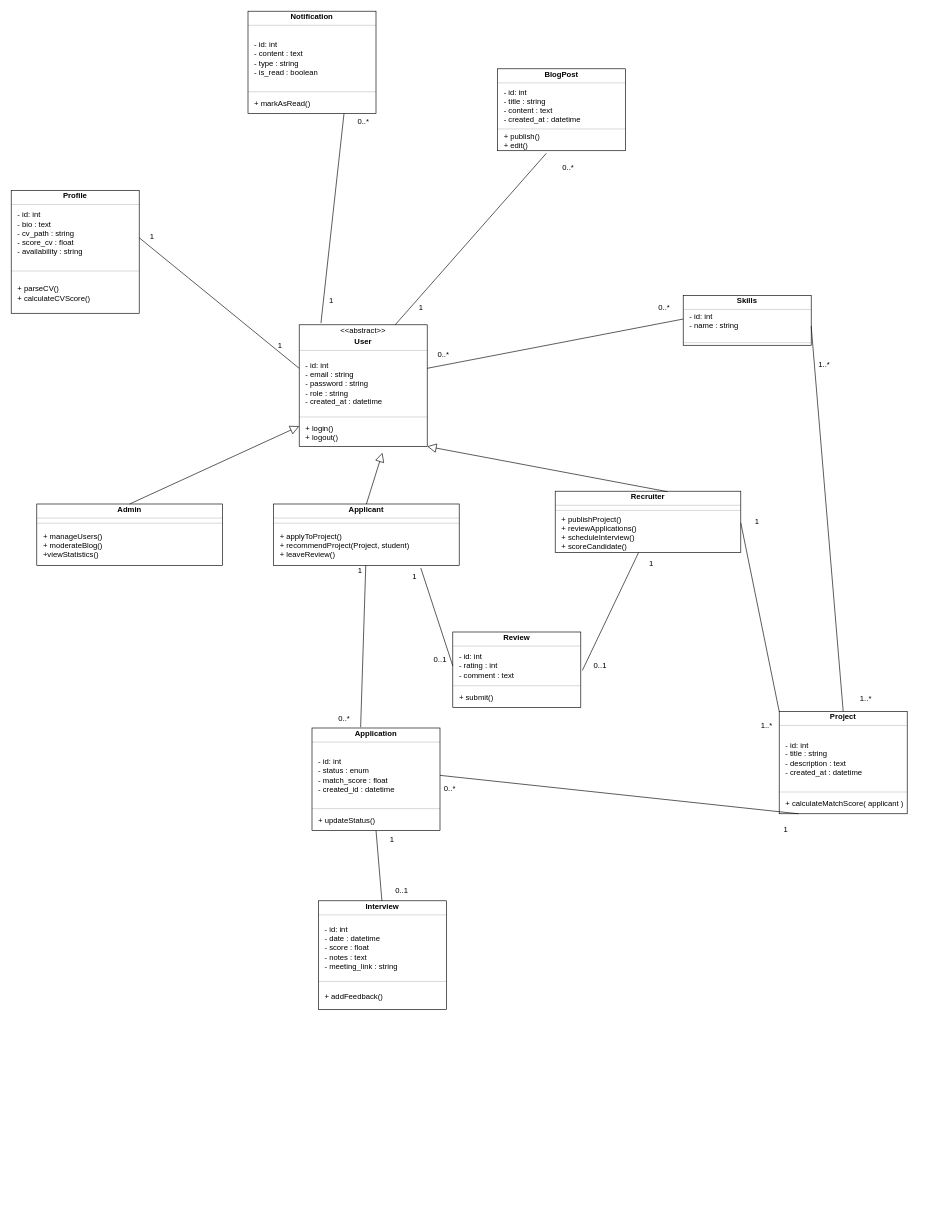
Before: UML/TalentMatcher_CD.drawIO in mo24ali/leetmatcher, a draw.io diagram. Source tidied: cells renumbered, new cells numbered last; positions are measured from the earlier drawing's top-left corner, leaving out a move shared by most shapes. Both pictures are drawn from the tidied source at 64%, with x=0, y=0 at pixel (11, 11).
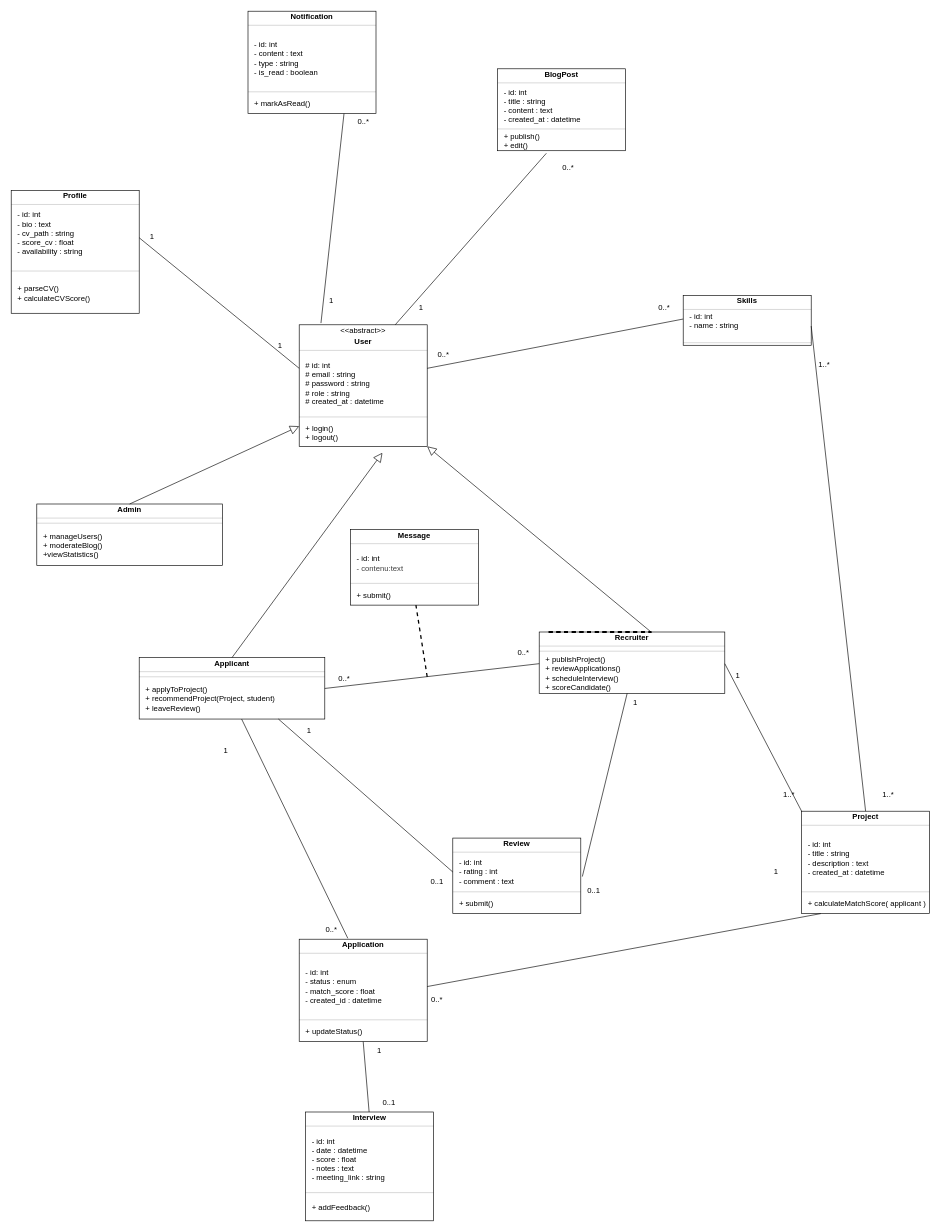
The same page after the edit.

Commit message:
modified class diagram added the message class

The change refers to these unchanged cells:
```xml
<mxCell id="2" style="fontStyle=1;align=center;verticalAlign=middle;horizontal=1;" parent="1" vertex="1">
  <mxGeometry x="450" y="490" width="200" height="190" as="geometry" />
</mxCell>
<mxCell id="13" value="+ applyToProject()&lt;div&gt;+ recommendProject(Project, student)&lt;/div&gt;&lt;div&gt;+ leaveReview()&lt;/div&gt;" style="html=1;align=left;spacing=0;spacingLeft=10;verticalAlign=middle;strokeColor=none;fillColor=none;whiteSpace=wrap;" parent="9" vertex="1">
  <mxGeometry y="34" width="290" height="62" as="geometry" />
</mxCell>
<mxCell id="18" value="+ publishProject()&lt;div&gt;+ reviewApplications()&lt;/div&gt;&lt;div&gt;+ scheduleInterview()&lt;/div&gt;&lt;div&gt;+ scoreCandidate()&lt;/div&gt;" style="html=1;align=left;spacing=0;spacingLeft=10;verticalAlign=middle;strokeColor=none;fillColor=none;whiteSpace=wrap;" parent="14" vertex="1">
  <mxGeometry y="34" width="290" height="62" as="geometry" />
</mxCell>
<mxCell id="56" value="- id: int&lt;div&gt;- rating : int&lt;/div&gt;&lt;div&gt;- comment : text&lt;/div&gt;" style="html=1;align=left;spacing=0;spacingLeft=10;verticalAlign=middle;strokeColor=none;fillColor=none;whiteSpace=wrap;" parent="53" vertex="1">
  <mxGeometry y="26" width="200" height="54" as="geometry" />
</mxCell>
```

Diff of the diagram source:
```diff
@@
-    <mxCell id="6" value="- id: int&lt;div&gt;- email : string&lt;/div&gt;&lt;div&gt;- password : string&lt;/div&gt;&lt;div&gt;- role : string&lt;/div&gt;&lt;div&gt;- created_at : datetime&lt;/div&gt;" style="html=1;align=left;spacing=0;spacingLeft=10;verticalAlign=middle;strokeColor=none;fillColor=none;whiteSpace=wrap;" parent="2" vertex="1">
+    <mxCell id="6" value="# id: int&lt;div&gt;# email : string&lt;/div&gt;&lt;div&gt;# password : string&lt;/div&gt;&lt;div&gt;# role : string&lt;/div&gt;&lt;div&gt;# created_at : datetime&lt;/div&gt;" style="html=1;align=left;spacing=0;spacingLeft=10;verticalAlign=middle;strokeColor=none;fillColor=none;whiteSpace=wrap;" parent="2" vertex="1">
       <mxGeometry y="44" width="200" height="96" as="geometry" />
     </mxCell>
@@
     <mxCell id="9" style="fontStyle=1;align=center;verticalAlign=middle;horizontal=1;" parent="1" vertex="1">
-      <mxGeometry x="410" y="770" width="290" height="96" as="geometry" />
+      <mxGeometry x="200" y="1010" width="290" height="96" as="geometry" />
     </mxCell>
@@
     <mxCell id="14" style="fontStyle=1;align=center;verticalAlign=middle;horizontal=1;" parent="1" vertex="1">
-      <mxGeometry x="850" y="750" width="290" height="96" as="geometry" />
+      <mxGeometry x="825" y="970" width="290" height="96" as="geometry" />
     </mxCell>
@@
     <mxCell id="35" style="fontStyle=1;align=center;verticalAlign=middle;horizontal=1;" parent="1" vertex="1">
-      <mxGeometry x="1200" y="1094" width="200" height="160" as="geometry" />
+      <mxGeometry x="1235" y="1250" width="200" height="160" as="geometry" />
     </mxCell>
@@
     <mxCell id="41" style="fontStyle=1;align=center;verticalAlign=middle;horizontal=1;" parent="1" vertex="1">
-      <mxGeometry x="470" y="1120" width="200" height="160" as="geometry" />
+      <mxGeometry x="450" y="1450" width="200" height="160" as="geometry" />
     </mxCell>
@@
     <mxCell id="47" style="fontStyle=1;align=center;verticalAlign=middle;horizontal=1;" parent="1" vertex="1">
-      <mxGeometry x="480" y="1390" width="200" height="170" as="geometry" />
+      <mxGeometry x="460" y="1720" width="200" height="170" as="geometry" />
     </mxCell>
@@
     <mxCell id="53" style="fontStyle=1;align=center;verticalAlign=middle;horizontal=1;" parent="1" vertex="1">
-      <mxGeometry x="690" y="970" width="200" height="118" as="geometry" />
+      <mxGeometry x="690" y="1292" width="200" height="118" as="geometry" />
     </mxCell>
@@
     <mxCell id="82" value="1..*" style="text;html=1;align=center;verticalAlign=middle;strokeColor=none;fillColor=none;" parent="1" vertex="1">
-      <mxGeometry x="1315" y="1060" width="40" height="30" as="geometry" />
+      <mxGeometry x="1350" y="1210" width="40" height="30" as="geometry" />
     </mxCell>
@@
     <mxCell id="84" value="1..*" style="text;html=1;align=center;verticalAlign=middle;strokeColor=none;fillColor=none;" parent="1" vertex="1">
-      <mxGeometry x="1160" y="1102" width="40" height="30" as="geometry" />
+      <mxGeometry x="1195" y="1210" width="40" height="30" as="geometry" />
     </mxCell>
     <mxCell id="85" value="1" style="text;html=1;align=center;verticalAlign=middle;strokeColor=none;fillColor=none;" parent="1" vertex="1">
-      <mxGeometry x="1150" y="783" width="30" height="30" as="geometry" />
+      <mxGeometry x="1120" y="1023" width="30" height="30" as="geometry" />
     </mxCell>
@@
     <mxCell id="88" value="1" style="text;html=1;align=center;verticalAlign=middle;strokeColor=none;fillColor=none;" parent="1" vertex="1">
-      <mxGeometry x="530" y="860" width="30" height="30" as="geometry" />
+      <mxGeometry x="320" y="1140" width="30" height="30" as="geometry" />
     </mxCell>
     <mxCell id="89" value="0..*" style="text;html=1;align=center;verticalAlign=middle;strokeColor=none;fillColor=none;" parent="1" vertex="1">
-      <mxGeometry x="500" y="1090" width="40" height="30" as="geometry" />
+      <mxGeometry x="480" y="1420" width="40" height="30" as="geometry" />
     </mxCell>
     <mxCell id="90" value="0..*" style="text;html=1;align=center;verticalAlign=middle;strokeColor=none;fillColor=none;" parent="1" vertex="1">
-      <mxGeometry x="665" y="1200" width="40" height="30" as="geometry" />
+      <mxGeometry x="645" y="1530" width="40" height="30" as="geometry" />
     </mxCell>
     <mxCell id="91" value="1" style="text;html=1;align=center;verticalAlign=middle;strokeColor=none;fillColor=none;" parent="1" vertex="1">
-      <mxGeometry x="1195" y="1264" width="30" height="30" as="geometry" />
+      <mxGeometry x="1180" y="1330" width="30" height="30" as="geometry" />
     </mxCell>
@@
     <mxCell id="93" value="1" style="text;html=1;align=center;verticalAlign=middle;strokeColor=none;fillColor=none;" parent="1" vertex="1">
-      <mxGeometry x="580" y="1280" width="30" height="30" as="geometry" />
+      <mxGeometry x="560" y="1610" width="30" height="30" as="geometry" />
     </mxCell>
     <mxCell id="94" value="0..1" style="text;html=1;align=center;verticalAlign=middle;strokeColor=none;fillColor=none;" parent="1" vertex="1">
-      <mxGeometry x="590" y="1360" width="40" height="30" as="geometry" />
+      <mxGeometry x="570" y="1690" width="40" height="30" as="geometry" />
     </mxCell>
@@
-    <mxCell id="101" style="edgeStyle=none;html=1;endArrow=none;verticalAlign=bottom;entryX=0;entryY=0.5;entryDx=0;entryDy=0;" parent="1" edge="1" target="56">
-      <mxGeometry relative="1" as="geometry">
-        <mxPoint x="640" y="870" as="sourcePoint" />
-      </mxGeometry>
+    <mxCell id="101" style="edgeStyle=none;html=1;endArrow=none;verticalAlign=bottom;entryX=0;entryY=0.5;entryDx=0;entryDy=0;exitX=0.75;exitY=1;exitDx=0;exitDy=0;" parent="1" edge="1" source="13" target="56">
+      <mxGeometry relative="1" as="geometry" />
     </mxCell>
@@
     <mxCell id="103" value="0..1" style="text;html=1;align=center;verticalAlign=middle;strokeColor=none;fillColor=none;" parent="1" vertex="1">
-      <mxGeometry x="650" y="998" width="40" height="30" as="geometry" />
+      <mxGeometry x="645" y="1345" width="40" height="30" as="geometry" />
     </mxCell>
     <mxCell id="104" value="1" style="text;html=1;align=center;verticalAlign=middle;strokeColor=none;fillColor=none;" parent="1" vertex="1">
-      <mxGeometry x="615" y="868" width="30" height="30" as="geometry" />
+      <mxGeometry x="450" y="1110" width="30" height="30" as="geometry" />
     </mxCell>
     <mxCell id="105" value="1" style="text;html=1;align=center;verticalAlign=middle;strokeColor=none;fillColor=none;" parent="1" vertex="1">
-      <mxGeometry x="985" y="848" width="30" height="30" as="geometry" />
+      <mxGeometry x="960" y="1066" width="30" height="30" as="geometry" />
     </mxCell>
     <mxCell id="106" value="0..1" style="text;html=1;align=center;verticalAlign=middle;strokeColor=none;fillColor=none;" parent="1" vertex="1">
-      <mxGeometry x="900" y="1008" width="40" height="30" as="geometry" />
+      <mxGeometry x="890" y="1360" width="40" height="30" as="geometry" />
     </mxCell>
+    <mxCell id="107" style="edgeStyle=none;html=1;endArrow=none;verticalAlign=bottom;exitX=0;exitY=0.25;exitDx=0;exitDy=0;" parent="1" edge="1" source="18" target="13">
+      <mxGeometry relative="1" as="geometry" />
+    </mxCell>
+    <mxCell id="108" style="fontStyle=1;align=center;verticalAlign=middle;horizontal=1;" parent="1" vertex="1">
+      <mxGeometry x="530" y="810" width="200" height="118" as="geometry" />
+    </mxCell>
+    <mxCell id="109" value="Message" style="html=1;align=center;spacing=0;verticalAlign=middle;strokeColor=none;fillColor=none;whiteSpace=wrap;fontStyle=1;" parent="108" vertex="1">
+      <mxGeometry width="200" height="18" as="geometry" />
+    </mxCell>
+    <mxCell id="110" style="line;strokeWidth=0.25;fillColor=none;align=left;verticalAlign=middle;spacingTop=-1;spacingLeft=3;spacingRight=3;labelPosition=right;" parent="108" vertex="1">
+      <mxGeometry y="18" width="200" height="8" as="geometry" />
+    </mxCell>
+    <mxCell id="111" value="- id: int&lt;div&gt;&lt;span style=&quot;color: rgb(63, 63, 63); background-color: transparent;&quot;&gt;- contenu:text&lt;/span&gt;&lt;/div&gt;" style="html=1;align=left;spacing=0;spacingLeft=10;verticalAlign=middle;strokeColor=none;fillColor=none;whiteSpace=wrap;" parent="108" vertex="1">
+      <mxGeometry y="26" width="200" height="54" as="geometry" />
+    </mxCell>
+    <mxCell id="112" style="line;strokeWidth=0.25;fillColor=none;align=left;verticalAlign=middle;spacingTop=-1;spacingLeft=3;spacingRight=3;labelPosition=right;" parent="108" vertex="1">
+      <mxGeometry y="80" width="200" height="8" as="geometry" />
+    </mxCell>
+    <mxCell id="113" value="+ submit()" style="html=1;align=left;spacing=0;spacingLeft=10;verticalAlign=middle;strokeColor=none;fillColor=none;whiteSpace=wrap;" parent="108" vertex="1">
+      <mxGeometry y="88" width="200" height="30" as="geometry" />
+    </mxCell>
+    <mxCell id="114" style="edgeStyle=none;html=1;endArrow=none;verticalAlign=bottom;dashed=1;strokeWidth=2;" parent="1" edge="1">
+      <mxGeometry relative="1" as="geometry">
+        <mxPoint x="840" y="970" as="sourcePoint" />
+        <mxPoint x="1000" y="970" as="targetPoint" />
+      </mxGeometry>
+    </mxCell>
+    <mxCell id="115" style="edgeStyle=none;html=1;endArrow=none;verticalAlign=bottom;dashed=1;strokeWidth=2;" parent="1" edge="1">
+      <mxGeometry relative="1" as="geometry">
+        <mxPoint x="840" y="970" as="sourcePoint" />
+        <mxPoint x="1000" y="970" as="targetPoint" />
+      </mxGeometry>
+    </mxCell>
+    <mxCell id="116" style="edgeStyle=none;html=1;endArrow=none;verticalAlign=bottom;dashed=1;strokeWidth=2;" parent="1" edge="1">
+      <mxGeometry relative="1" as="geometry">
+        <mxPoint x="840" y="970" as="sourcePoint" />
+        <mxPoint x="1000" y="970" as="targetPoint" />
+      </mxGeometry>
+    </mxCell>
+    <mxCell id="117" style="edgeStyle=none;html=1;endArrow=none;verticalAlign=bottom;dashed=1;strokeWidth=2;" parent="1" edge="1">
+      <mxGeometry relative="1" as="geometry">
+        <mxPoint x="840" y="970" as="sourcePoint" />
+        <mxPoint x="1000" y="970" as="targetPoint" />
+      </mxGeometry>
+    </mxCell>
+    <mxCell id="118" style="edgeStyle=none;html=1;endArrow=none;verticalAlign=bottom;dashed=1;strokeWidth=2;" parent="1" edge="1" target="113">
+      <mxGeometry relative="1" as="geometry">
+        <mxPoint x="650" y="1040" as="sourcePoint" />
+      </mxGeometry>
+    </mxCell>
+    <mxCell id="119" value="0..*" style="text;html=1;align=center;verticalAlign=middle;strokeColor=none;fillColor=none;" parent="1" vertex="1">
+      <mxGeometry x="500" y="1028" width="40" height="30" as="geometry" />
+    </mxCell>
+    <mxCell id="120" value="0..*" style="text;html=1;align=center;verticalAlign=middle;strokeColor=none;fillColor=none;" parent="1" vertex="1">
+      <mxGeometry x="780" y="988" width="40" height="30" as="geometry" />
+    </mxCell>
```
